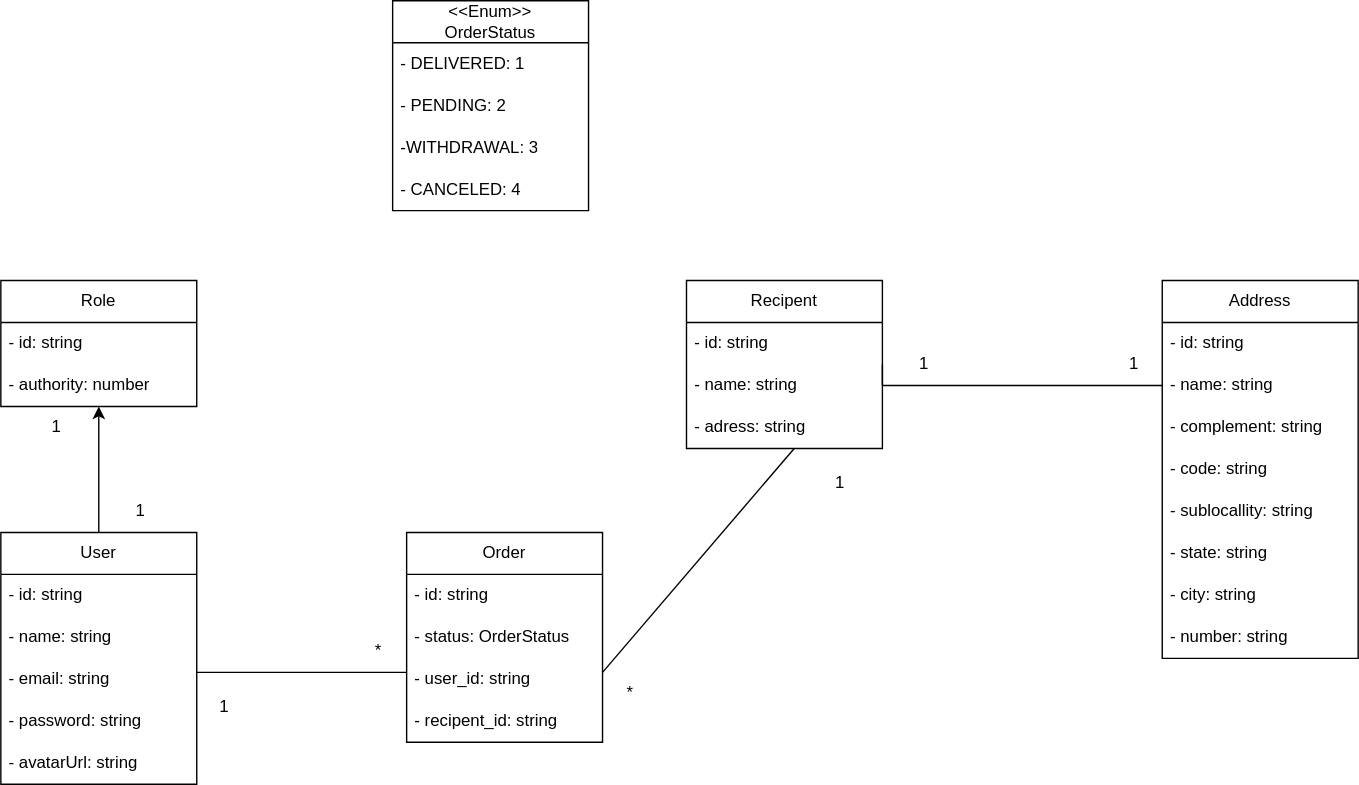
The draw.io diagram class-diagram.svg in Luke0195/fast-delivery-api, before a commit. Source tidied: cells renumbered, new cells last; positions are measured from the earlier drawing's top-left corner, leaving out a move shared by most shapes.
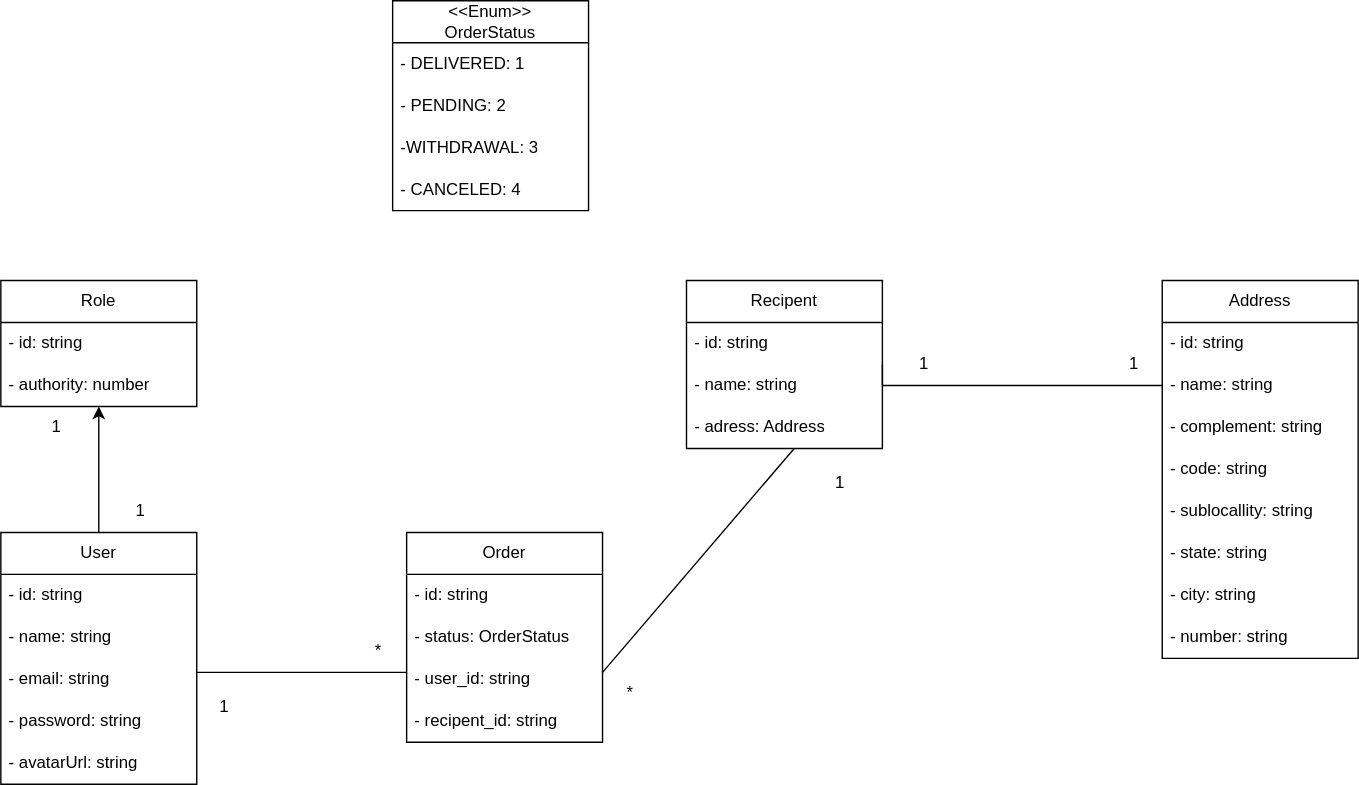
The same file after the commit.

Change to the diagram source:
```diff
@@ -47,7 +47,7 @@
     <mxCell id="16" value="- name: string" style="text;strokeColor=none;fillColor=none;align=left;verticalAlign=middle;spacingLeft=4;spacingRight=4;overflow=hidden;points=[[0,0.5],[1,0.5]];portConstraint=eastwest;whiteSpace=wrap;html=1;" parent="14" vertex="1">
       <mxGeometry y="60" width="140" height="30" as="geometry" />
     </mxCell>
-    <mxCell id="17" value="- adress: string" style="text;strokeColor=none;fillColor=none;align=left;verticalAlign=middle;spacingLeft=4;spacingRight=4;overflow=hidden;points=[[0,0.5],[1,0.5]];portConstraint=eastwest;whiteSpace=wrap;html=1;" parent="14" vertex="1">
+    <mxCell id="17" value="- adress: Address" style="text;strokeColor=none;fillColor=none;align=left;verticalAlign=middle;spacingLeft=4;spacingRight=4;overflow=hidden;points=[[0,0.5],[1,0.5]];portConstraint=eastwest;whiteSpace=wrap;html=1;" parent="14" vertex="1">
       <mxGeometry y="90" width="140" height="30" as="geometry" />
     </mxCell>
     <mxCell id="18" value="Order" style="swimlane;fontStyle=0;horizontal=1;startSize=30;whiteSpace=wrap;html=1;" parent="1" vertex="1">
```
